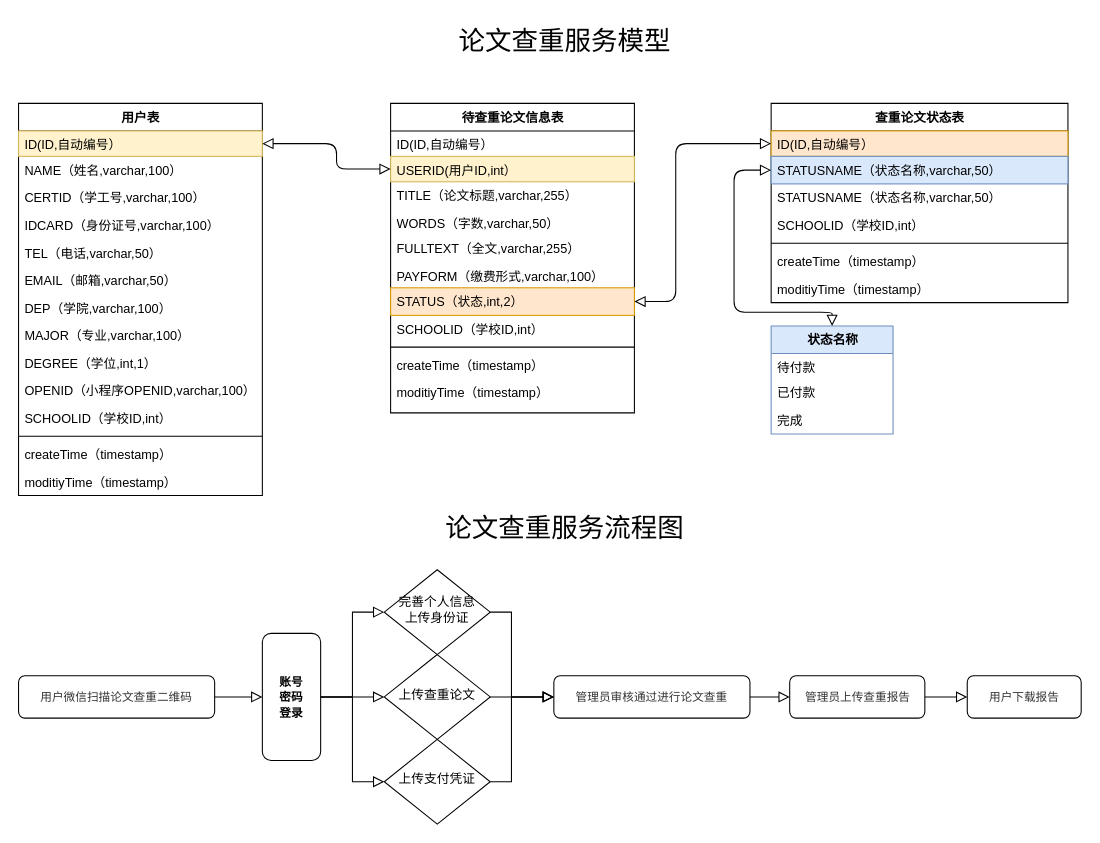
yisqiu/SimpleMap-wx keeps this draw.io diagram as 论文查重服务.drawio. Above is the earlier version. Source tidied: cells renumbered, new cells numbered last; positions are measured from the earlier drawing's top-left corner, leaving out a move shared by most shapes. Both pictures are drawn from the tidied source at 106%, with x=0, y=0 at pixel (18, 18).
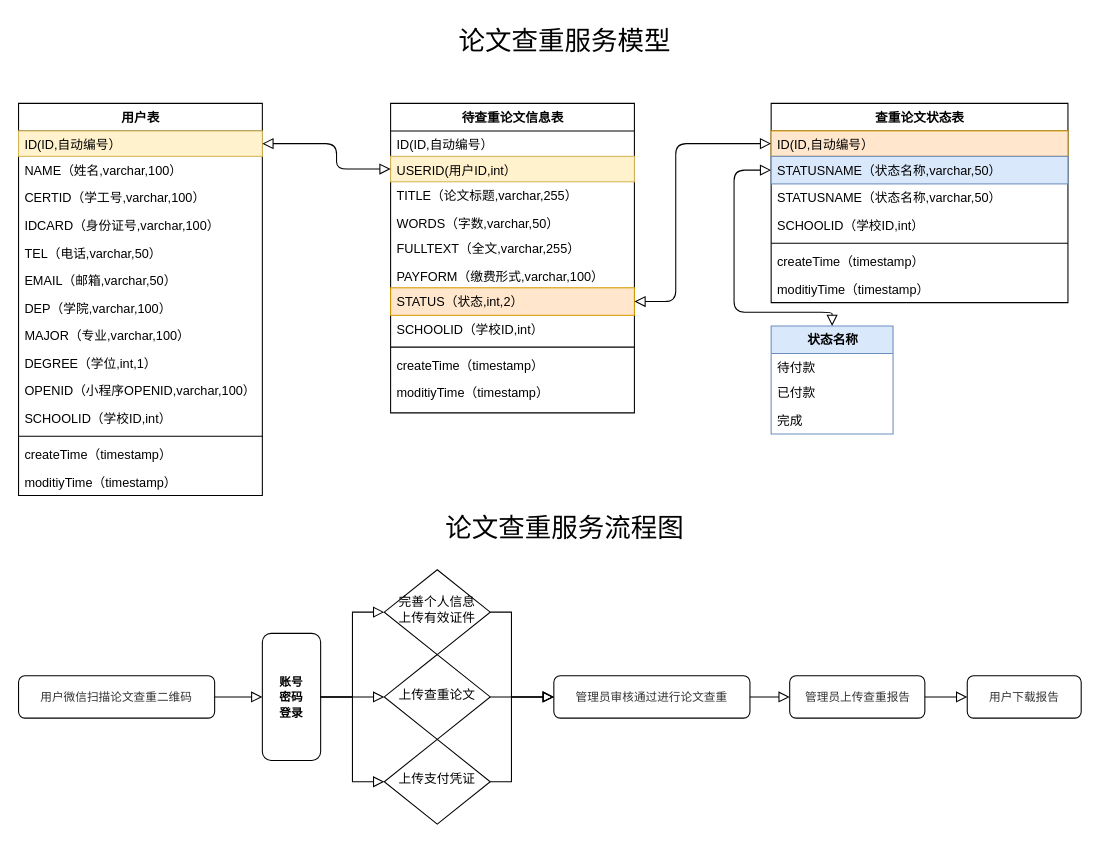
Above is the later version.

Commit message (it also covers changes not shown here):
更新论文查重服务.drawio

Diff of the diagram source:
```diff
@@
-    <mxCell id="47" value="完善个人信息&lt;br&gt;上传身份证" style="rhombus;whiteSpace=wrap;html=1;shadow=0;fontFamily=Helvetica;fontSize=12;align=center;strokeWidth=1;spacing=6;spacingTop=-4;" parent="1" vertex="1">
+    <mxCell id="47" value="完善个人信息&lt;br&gt;上传有效证件" style="rhombus;whiteSpace=wrap;html=1;shadow=0;fontFamily=Helvetica;fontSize=12;align=center;strokeWidth=1;spacing=6;spacingTop=-4;" parent="1" vertex="1">
       <mxGeometry x="345" y="520" width="100" height="80" as="geometry" />
     </mxCell>
```
